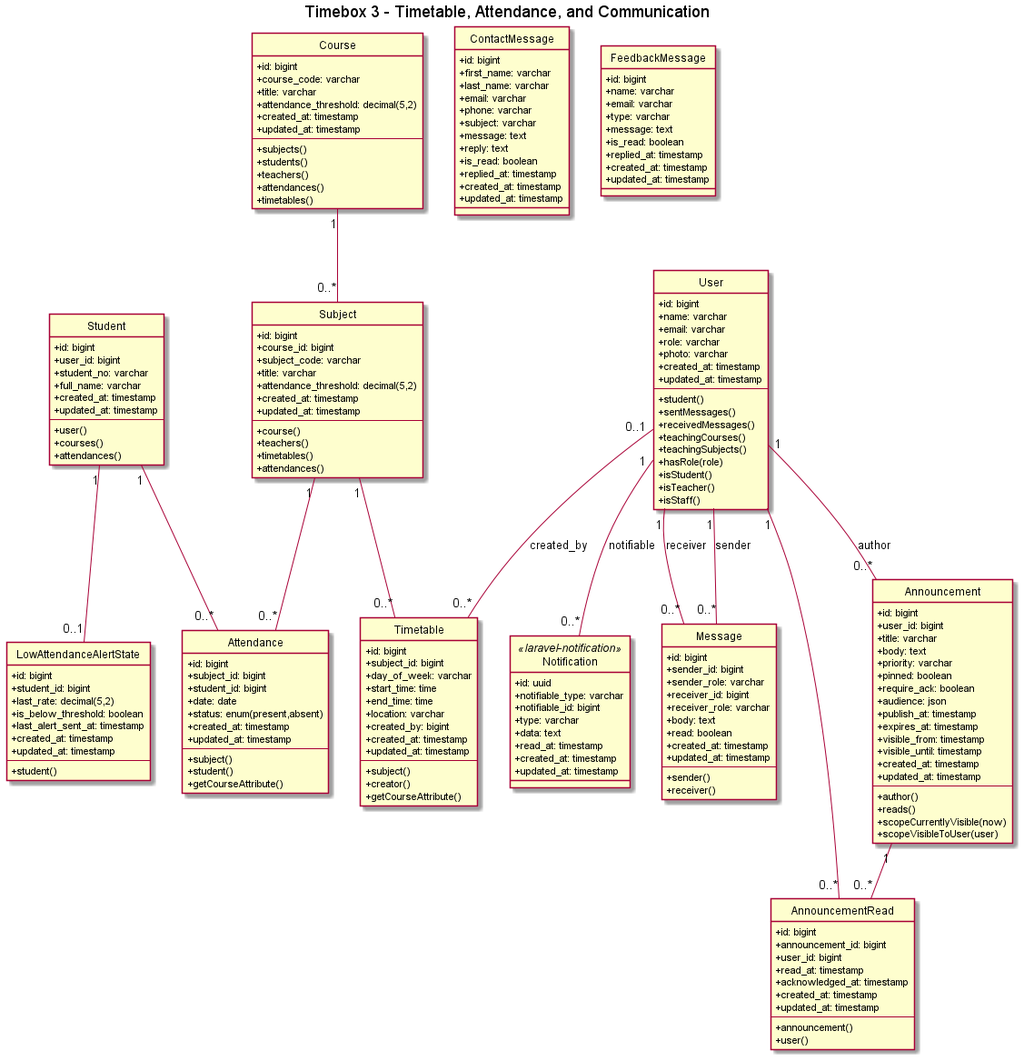
Above: out/class_diagram/Timebox3_Class/Timebox3_Class.png in KyawMyoHtay1/academic-portal (PlantUML), before the change. The source it was exported from:
```plantuml
@startuml Timebox3_Class
hide circle
skinparam classAttributeIconSize 0
title Timebox 3 - Timetable, Attendance, and Communication

class User {
  +id: bigint
  +name: varchar
  +email: varchar
  +role: varchar
  +photo: varchar
  +created_at: timestamp
  +updated_at: timestamp
  --
  +student()
  +sentMessages()
  +receivedMessages()
  +teachingCourses()
  +teachingSubjects()
  +hasRole(role)
  +isStudent()
  +isTeacher()
  +isStaff()
}

class Student {
  +id: bigint
  +user_id: bigint
  +student_no: varchar
  +full_name: varchar
  +created_at: timestamp
  +updated_at: timestamp
  --
  +user()
  +courses()
  +attendances()
}

class Course {
  +id: bigint
  +course_code: varchar
  +title: varchar
  +attendance_threshold: decimal(5,2)
  +created_at: timestamp
  +updated_at: timestamp
  --
  +subjects()
  +students()
  +teachers()
  +attendances()
  +timetables()
}

class Subject {
  +id: bigint
  +course_id: bigint
  +subject_code: varchar
  +title: varchar
  +attendance_threshold: decimal(5,2)
  +created_at: timestamp
  +updated_at: timestamp
  --
  +course()
  +teachers()
  +timetables()
  +attendances()
}

class Timetable {
  +id: bigint
  +subject_id: bigint
  +day_of_week: varchar
  +start_time: time
  +end_time: time
  +location: varchar
  +created_by: bigint
  +created_at: timestamp
  +updated_at: timestamp
  --
  +subject()
  +creator()
  +getCourseAttribute()
}

class Attendance {
  +id: bigint
  +subject_id: bigint
  +student_id: bigint
  +date: date
  +status: enum(present,absent)
  +created_at: timestamp
  +updated_at: timestamp
  --
  +subject()
  +student()
  +getCourseAttribute()
}

class LowAttendanceAlertState {
  +id: bigint
  +student_id: bigint
  +last_rate: decimal(5,2)
  +is_below_threshold: boolean
  +last_alert_sent_at: timestamp
  +created_at: timestamp
  +updated_at: timestamp
  --
  +student()
}

class Announcement {
  +id: bigint
  +user_id: bigint
  +title: varchar
  +body: text
  +priority: varchar
  +pinned: boolean
  +require_ack: boolean
  +audience: json
  +publish_at: timestamp
  +expires_at: timestamp
  +visible_from: timestamp
  +visible_until: timestamp
  +created_at: timestamp
  +updated_at: timestamp
  --
  +author()
  +reads()
  +scopeCurrentlyVisible(now)
  +scopeVisibleToUser(user)
}

class AnnouncementRead {
  +id: bigint
  +announcement_id: bigint
  +user_id: bigint
  +read_at: timestamp
  +acknowledged_at: timestamp
  +created_at: timestamp
  +updated_at: timestamp
  --
  +announcement()
  +user()
}

class Message {
  +id: bigint
  +sender_id: bigint
  +sender_role: varchar
  +receiver_id: bigint
  +receiver_role: varchar
  +body: text
  +read: boolean
  +created_at: timestamp
  +updated_at: timestamp
  --
  +sender()
  +receiver()
}

class Notification <<laravel-notification>> {
  +id: uuid
  +notifiable_type: varchar
  +notifiable_id: bigint
  +type: varchar
  +data: text
  +read_at: timestamp
  +created_at: timestamp
  +updated_at: timestamp
}

class ContactMessage {
  +id: bigint
  +first_name: varchar
  +last_name: varchar
  +email: varchar
  +phone: varchar
  +subject: varchar
  +message: text
  +reply: text
  +is_read: boolean
  +replied_at: timestamp
  +created_at: timestamp
  +updated_at: timestamp
}

class FeedbackMessage {
  +id: bigint
  +name: varchar
  +email: varchar
  +type: varchar
  +message: text
  +is_read: boolean
  +replied_at: timestamp
  +created_at: timestamp
  +updated_at: timestamp
}

Course  "1" -- "0..*" Subject
Subject "1" -- "0..*" Timetable
User    "0..1" -- "0..*" Timetable : created_by

Subject "1" -- "0..*" Attendance
Student "1" -- "0..*" Attendance
Student "1" -- "0..1" LowAttendanceAlertState

User "1" -- "0..*" Announcement : author
Announcement "1" -- "0..*" AnnouncementRead
User "1" -- "0..*" AnnouncementRead

User "1" -- "0..*" Message : sender
User "1" -- "0..*" Message : receiver

User "1" -- "0..*" Notification : notifiable

@enduml
```
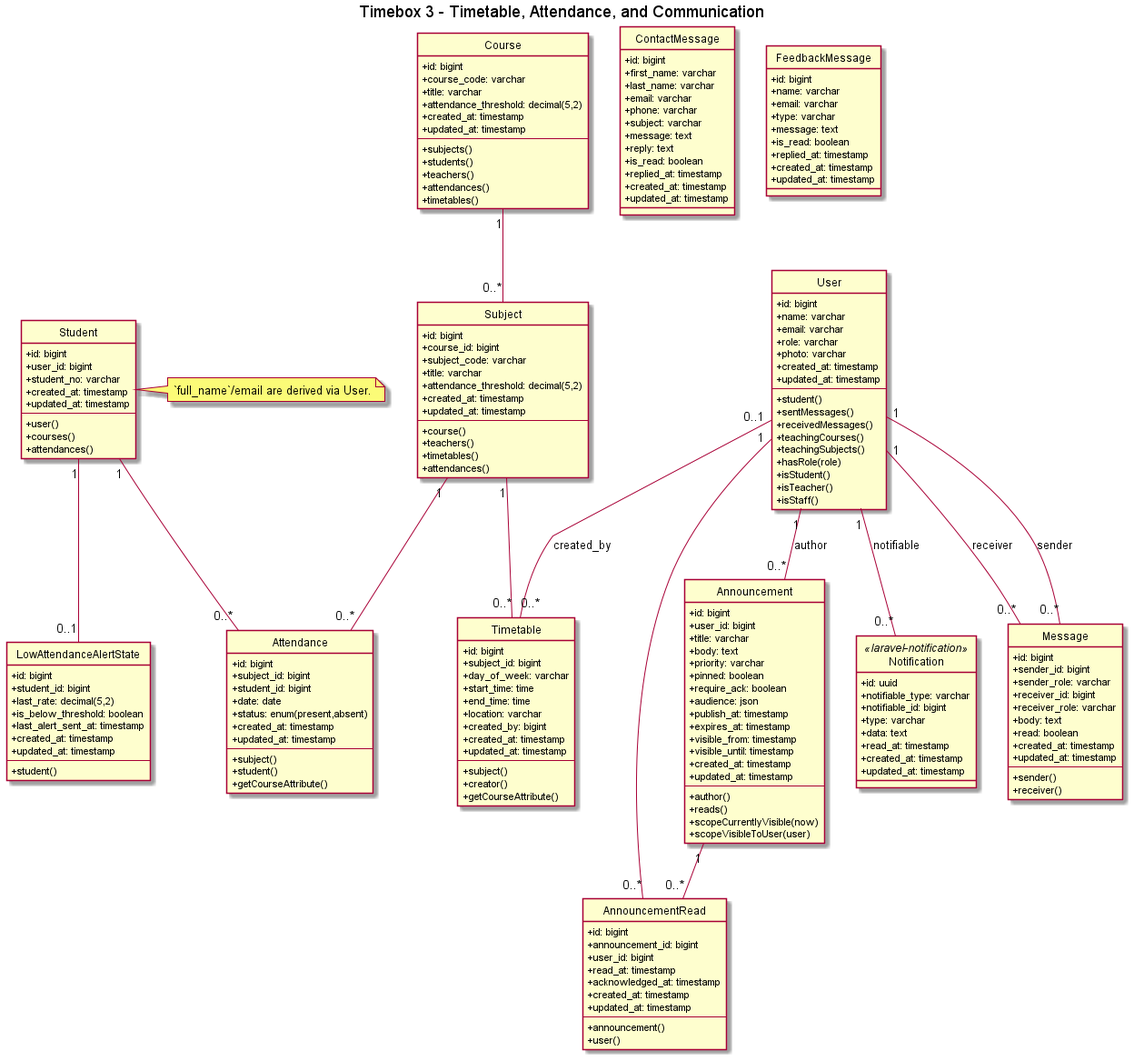
The same diagram one commit later.

What changed in the source:
```diff
@@ -27,7 +27,6 @@
   +id: bigint
   +user_id: bigint
   +student_no: varchar
-  +full_name: varchar
   +created_at: timestamp
   +updated_at: timestamp
   --
@@ -35,6 +34,10 @@
   +courses()
   +attendances()
 }
+
+note right of Student
+  `full_name`/email are derived via User.
+end note
 
 class Course {
   +id: bigint
```
